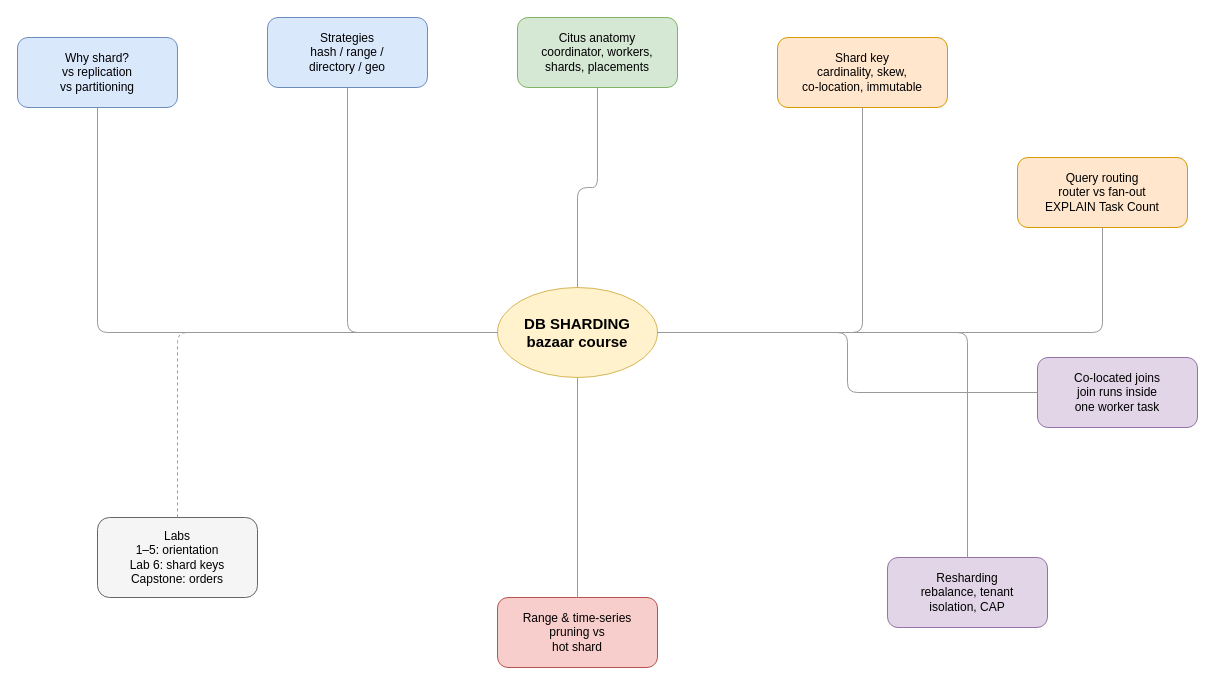
Before: docs/diagrams/course-concept-map.drawio in nitinkc/db-sharding, a draw.io diagram. Source tidied: cells renumbered, new cells numbered last; positions are measured from the earlier drawing's top-left corner, leaving out a move shared by most shapes. Both pictures are drawn from the tidied source at 100%, with x=0, y=0 at pixel (17, 17).
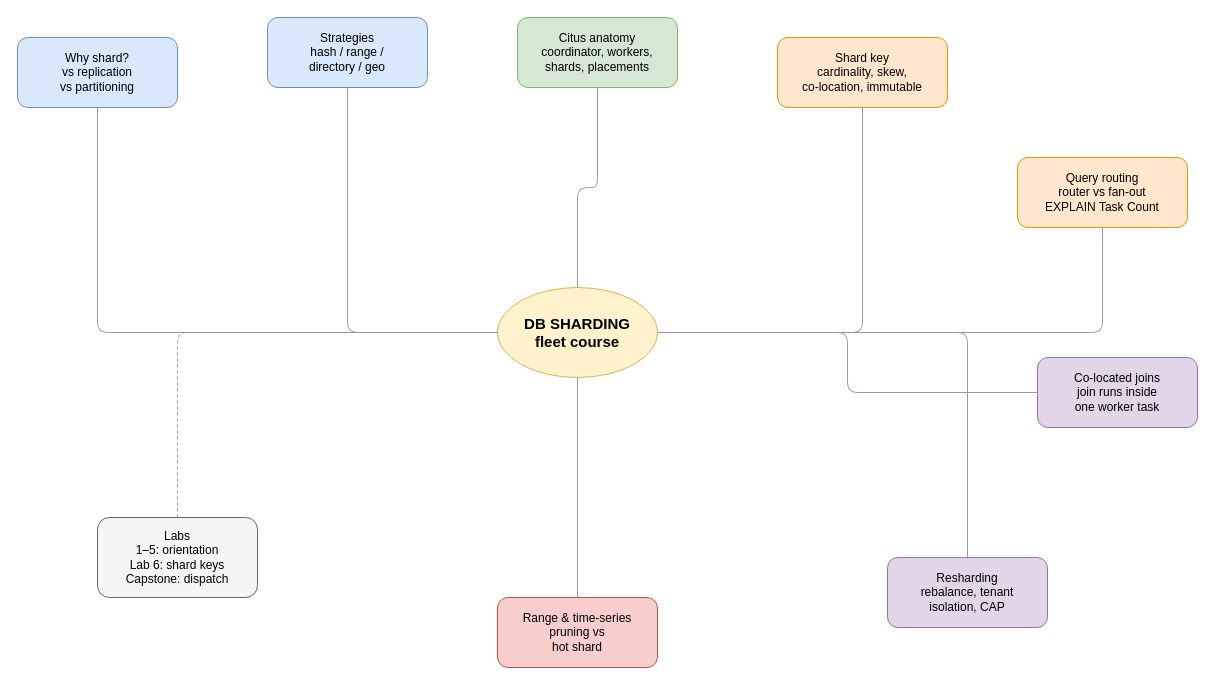
The same diagram, later.

The edit, as a diff of the source:
```diff
@@
-    <mxCell id="2" value="DB SHARDING&#10;bazaar course" style="ellipse;html=1;whiteSpace=wrap;fillColor=#fff2cc;strokeColor=#d6b656;fontStyle=1;fontSize=15;" parent="1" vertex="1">
+    <mxCell id="2" value="DB SHARDING&#10;fleet course" style="ellipse;html=1;whiteSpace=wrap;fillColor=#fff2cc;strokeColor=#d6b656;fontStyle=1;fontSize=15;" parent="1" vertex="1">
       <mxGeometry x="480" y="270" width="160" height="90" as="geometry" />
     </mxCell>
@@
-    <mxCell id="11" value="Labs&#10;1–5: orientation&#10;Lab 6: shard keys&#10;Capstone: orders" style="rounded=1;html=1;whiteSpace=wrap;fillColor=#f5f5f5;strokeColor=#666666;" parent="1" vertex="1">
+    <mxCell id="11" value="Labs&#10;1–5: orientation&#10;Lab 6: shard keys&#10;Capstone: dispatch" style="rounded=1;html=1;whiteSpace=wrap;fillColor=#f5f5f5;strokeColor=#666666;" parent="1" vertex="1">
       <mxGeometry x="80" y="500" width="160" height="80" as="geometry" />
     </mxCell>
```
